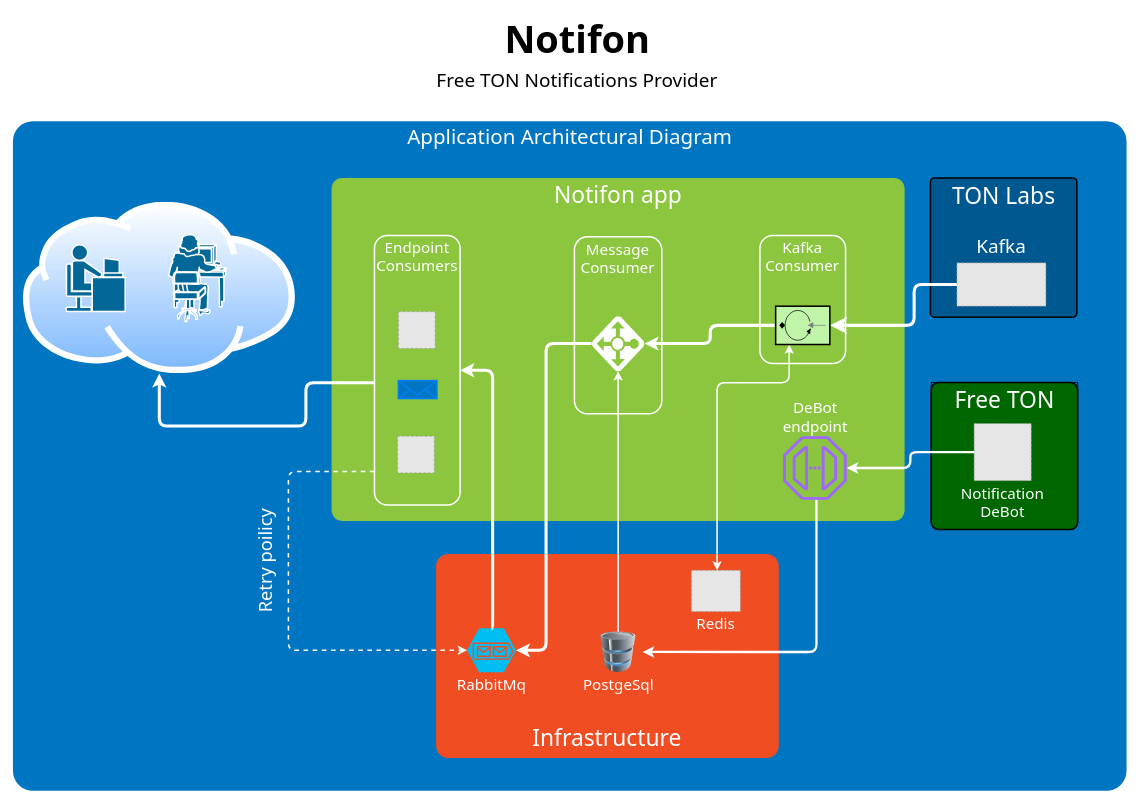
tvm-contest/devex keeps this draw.io diagram as Notifon Application Architectural Diagram.drawio. Above is the earlier version. Source tidied: cells renumbered, new cells numbered last; positions are measured from the earlier drawing's top-left corner, leaving out a move shared by most shapes. Both pictures are drawn from the tidied source at 76%, with x=0, y=0 at pixel (13, 23). Pictures stored in the file or linked from it are replaced by grey dashed boxes.
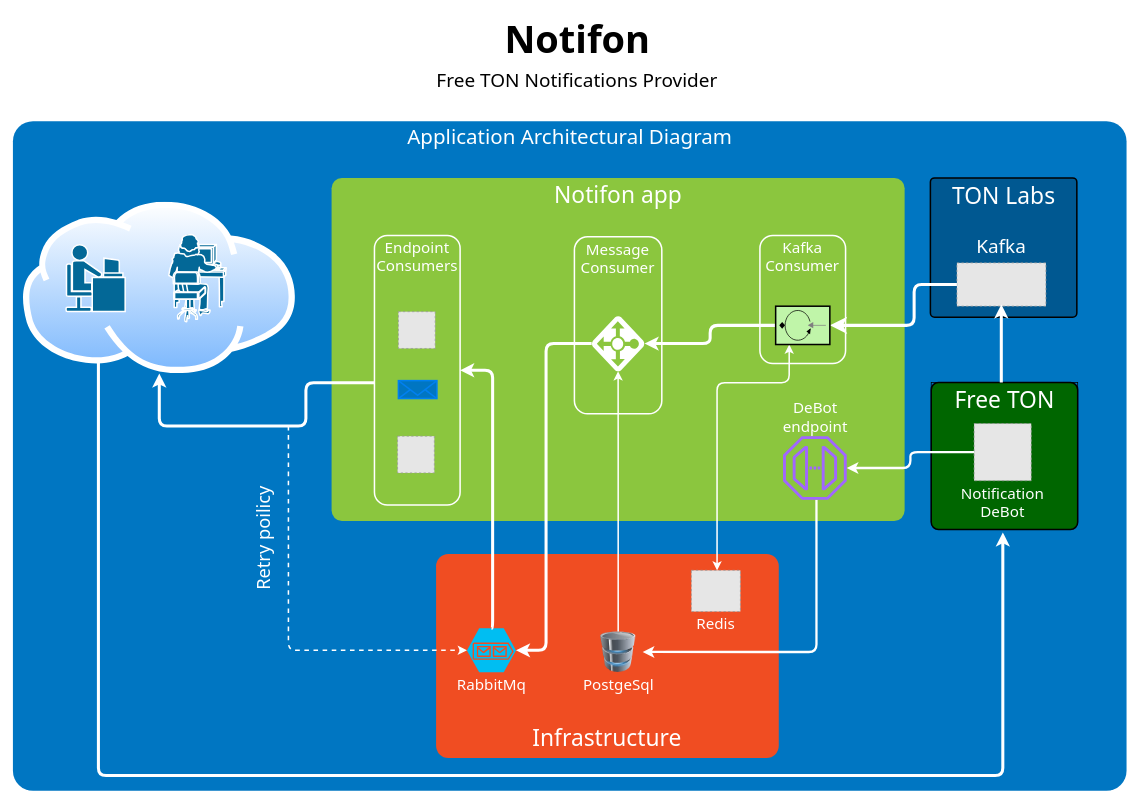
The same diagram, later.

The change refers to these unchanged cells:
```xml
<mxCell id="4" value="Endpoint&lt;br style=&quot;font-size: 20px;&quot;&gt;Consumers" style="rounded=1;whiteSpace=wrap;html=1;shadow=0;strokeWidth=2;fillColor=none;fontSize=20;fontColor=#FFFFFF;align=center;strokeColor=#FFFFFF;verticalAlign=top;fontFamily=Tahoma;spacingTop=0;spacing=0;" parent="1" vertex="1">
  <mxGeometry x="475.2" y="279.4" width="112.7" height="354.6" as="geometry" />
</mxCell>
<mxCell id="16" value="Free TON" style="rounded=1;whiteSpace=wrap;html=1;shadow=0;strokeWidth=2;fillColor=#006600;fontSize=30;fontColor=#FFFFFF;align=center;strokeColor=default;arcSize=5;verticalAlign=top;fontFamily=Tahoma;glass=0;sketch=0;perimeterSpacing=0;spacingTop=0;spacing=0;" parent="14" vertex="1">
  <mxGeometry width="192.7" height="193.4" as="geometry" />
</mxCell>
<mxCell id="20" value="RabbitMq" style="verticalLabelPosition=bottom;html=1;verticalAlign=top;align=center;strokeColor=none;fillColor=#00BEF2;shape=mxgraph.azure.storage_queue;rounded=1;shadow=0;glass=0;labelBackgroundColor=none;labelBorderColor=none;sketch=0;fontFamily=Tahoma;fontSize=20;fontColor=#FFFFFF;labelPosition=center;spacingTop=0;spacing=0;" parent="1" vertex="1">
  <mxGeometry x="596.9" y="796.2" width="64.5" height="58" as="geometry" />
</mxCell>
```

What changed in the source:
```diff
@@
-    <mxCell id="32" value="Retry poilicy" style="edgeStyle=orthogonalEdgeStyle;rounded=1;jumpStyle=none;jettySize=auto;labelBackgroundColor=none;fontFamily=Tahoma;fontSize=24;fontColor=#FFFFFF;startArrow=none;startFill=0;endArrow=classic;endFill=1;strokeColor=#FFFFFF;strokeWidth=2;elbow=vertical;entryX=0;entryY=0.5;entryDx=0;entryDy=0;entryPerimeter=0;dashed=1;horizontal=0;spacingLeft=0;spacingRight=410;labelPosition=center;verticalLabelPosition=middle;align=center;verticalAlign=middle;spacing=0;labelBorderColor=none;html=1;spacingTop=0;" parent="1" edge="1" source="4" target="20">
+    <mxCell id="32" value="Retry poilicy" style="edgeStyle=orthogonalEdgeStyle;rounded=1;jumpStyle=none;jettySize=auto;labelBackgroundColor=none;fontFamily=Tahoma;fontSize=24;fontColor=#FFFFFF;startArrow=none;startFill=0;endArrow=classic;endFill=1;strokeColor=#FFFFFF;strokeWidth=2;elbow=vertical;entryX=0;entryY=0.5;entryDx=0;entryDy=0;entryPerimeter=0;dashed=1;horizontal=0;spacingLeft=0;spacingRight=300;labelPosition=center;verticalLabelPosition=middle;align=center;verticalAlign=middle;spacing=0;labelBorderColor=none;html=1;spacingTop=0;" parent="1" edge="1" target="20">
       <mxGeometry x="10" y="10" as="geometry">
+        <mxPoint x="362" y="530" as="sourcePoint" />
         <Array as="points">
           <mxPoint x="362" y="590" />
           <mxPoint x="362" y="825" />
         </Array>
       </mxGeometry>
     </mxCell>
+    <mxCell id="39" style="edgeStyle=orthogonalEdgeStyle;rounded=1;jumpStyle=none;orthogonalLoop=1;jettySize=auto;html=1;labelBackgroundColor=none;labelBorderColor=none;fontFamily=Tahoma;fontSize=20;fontColor=#000000;startArrow=none;startFill=0;endArrow=classic;endFill=1;strokeColor=#FFFFFF;strokeWidth=4;align=center;verticalAlign=middle;elbow=vertical;" parent="1" edge="1">
+      <mxGeometry relative="1" as="geometry">
+        <mxPoint x="112" y="440" as="sourcePoint" />
+        <mxPoint x="1302" y="670" as="targetPoint" />
+        <Array as="points">
+          <mxPoint x="112" y="990" />
+          <mxPoint x="1302" y="990" />
+        </Array>
+      </mxGeometry>
+    </mxCell>
@@
+    <mxCell id="40" style="edgeStyle=orthogonalEdgeStyle;rounded=1;jumpStyle=none;jettySize=auto;html=1;labelBackgroundColor=none;labelBorderColor=none;fontFamily=Tahoma;fontSize=20;fontColor=#000000;startArrow=none;startFill=0;endArrow=classic;endFill=1;strokeColor=#FFFFFF;strokeWidth=4;align=center;verticalAlign=middle;elbow=vertical;" parent="1" edge="1" source="16">
+      <mxGeometry relative="1" as="geometry">
+        <mxPoint x="1300" y="370" as="targetPoint" />
+        <Array as="points">
+          <mxPoint x="1300" y="450" />
+          <mxPoint x="1300" y="450" />
+        </Array>
+      </mxGeometry>
+    </mxCell>
```
